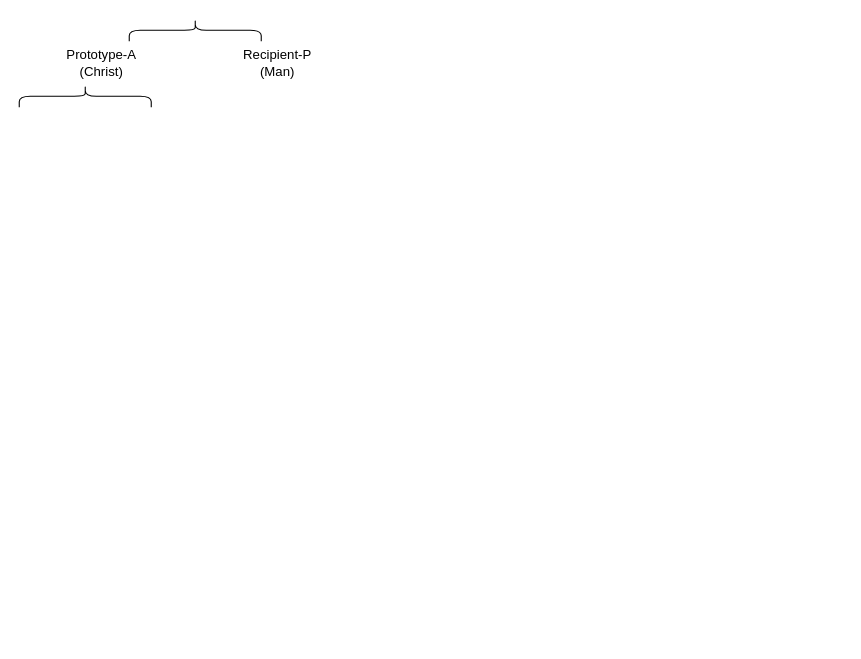
Before: relation_model.drawio in matthewsillence/art_agency, a draw.io diagram. Source tidied: cells renumbered, new cells numbered last; positions are measured from the earlier drawing's top-left corner, leaving out a move shared by most shapes. Both pictures are drawn from the tidied source at 110%, with x=0, y=0 at pixel (52, -36).
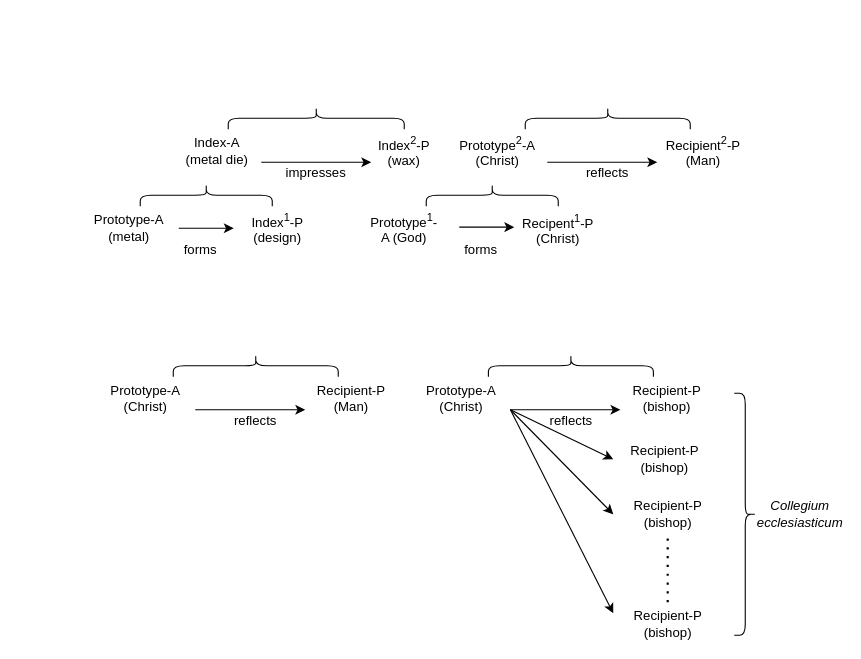
Above is the later version.

Diff of the diagram source:
```diff
@@
     <mxCell id="2" style="shape=curlyBracket;whiteSpace=wrap;html=1;rounded=1;rotation=90;" parent="1" vertex="1">
-      <mxGeometry x="120" width="20" height="120" as="geometry" />
+      <mxGeometry x="495" y="65" width="20" height="150" as="geometry" />
     </mxCell>
-    <mxCell id="3" value="Prototype-A (Christ)" style="text;html=1;strokeColor=none;fillColor=none;align=center;verticalAlign=middle;whiteSpace=wrap;rounded=0;" parent="1" vertex="1">
-      <mxGeometry y="80" width="90" height="20" as="geometry" />
+    <mxCell id="3" value="Prototype&lt;sup&gt;2&lt;/sup&gt;-A (Christ)" style="text;html=1;strokeColor=none;fillColor=none;align=center;verticalAlign=middle;whiteSpace=wrap;rounded=0;" parent="1" vertex="1">
+      <mxGeometry x="360" y="160" width="90" height="20" as="geometry" />
     </mxCell>
-    <mxCell id="4" value="Recipient-P (Man)" style="text;html=1;strokeColor=none;fillColor=none;align=center;verticalAlign=middle;whiteSpace=wrap;rounded=0;" parent="1" vertex="1">
-      <mxGeometry x="170" y="80" width="70" height="20" as="geometry" />
+    <mxCell id="4" value="Recipient&lt;sup&gt;2&lt;/sup&gt;-P (Man)" style="text;html=1;strokeColor=none;fillColor=none;align=center;verticalAlign=middle;whiteSpace=wrap;rounded=0;" parent="1" vertex="1">
+      <mxGeometry x="557" y="160" width="70" height="20" as="geometry" />
     </mxCell>
     <mxCell id="5" style="shape=curlyBracket;whiteSpace=wrap;html=1;rounded=1;rotation=90;" parent="1" vertex="1">
-      <mxGeometry x="20" y="60" width="20" height="120" as="geometry" />
+      <mxGeometry x="390" y="150" width="20" height="120" as="geometry" />
     </mxCell>
+    <mxCell id="6" value="Prototype&lt;sup&gt;1&lt;/sup&gt;-A (God)" style="text;html=1;strokeColor=none;fillColor=none;align=center;verticalAlign=middle;whiteSpace=wrap;rounded=0;" parent="1" vertex="1">
+      <mxGeometry x="285" y="230" width="70" height="20" as="geometry" />
+    </mxCell>
+    <mxCell id="7" value="Recipent&lt;sup&gt;1&lt;/sup&gt;-P (Christ)" style="text;html=1;strokeColor=none;fillColor=none;align=center;verticalAlign=middle;whiteSpace=wrap;rounded=0;" parent="1" vertex="1">
+      <mxGeometry x="425" y="240" width="70" as="geometry" />
+    </mxCell>
+    <mxCell id="8" style="shape=curlyBracket;whiteSpace=wrap;html=1;rounded=1;rotation=90;" parent="1" vertex="1">
+      <mxGeometry x="230" y="60" width="20" height="160" as="geometry" />
+    </mxCell>
+    <mxCell id="9" value="Index-A (metal die)" style="text;html=1;strokeColor=none;fillColor=none;align=center;verticalAlign=middle;whiteSpace=wrap;rounded=0;" parent="1" vertex="1">
+      <mxGeometry x="120" y="160" width="60" height="20" as="geometry" />
+    </mxCell>
+    <mxCell id="10" value="Index&lt;sup&gt;2&lt;/sup&gt;-P (wax)" style="text;html=1;strokeColor=none;fillColor=none;align=center;verticalAlign=middle;whiteSpace=wrap;rounded=0;" parent="1" vertex="1">
+      <mxGeometry x="290" y="160" width="60" height="20" as="geometry" />
+    </mxCell>
+    <mxCell id="11" style="shape=curlyBracket;whiteSpace=wrap;html=1;rounded=1;rotation=90;" parent="1" vertex="1">
+      <mxGeometry x="130" y="150" width="20" height="120" as="geometry" />
+    </mxCell>
+    <mxCell id="12" value="Prototype-A (metal)" style="text;html=1;strokeColor=none;fillColor=none;align=center;verticalAlign=middle;whiteSpace=wrap;rounded=0;" parent="1" vertex="1">
+      <mxGeometry x="30" y="230" width="80" height="20" as="geometry" />
+    </mxCell>
+    <mxCell id="13" value="Index&lt;sup&gt;1&lt;/sup&gt;-P (design)" style="text;html=1;strokeColor=none;fillColor=none;align=center;verticalAlign=middle;whiteSpace=wrap;rounded=0;" parent="1" vertex="1">
+      <mxGeometry x="170" y="230" width="70" height="20" as="geometry" />
+    </mxCell>
+    <mxCell id="14" style="endArrow=classic;html=1;entryX=0;entryY=1;entryDx=0;entryDy=0;" parent="1" edge="1" target="10">
+      <mxGeometry relative="1" as="geometry">
+        <mxPoint x="190" y="180" as="sourcePoint" />
+      </mxGeometry>
+    </mxCell>
+    <mxCell id="15" style="endArrow=classic;html=1;exitX=1;exitY=1;exitDx=0;exitDy=0;" parent="1" edge="1" source="3">
+      <mxGeometry relative="1" as="geometry">
+        <mxPoint x="550" y="180" as="targetPoint" />
+      </mxGeometry>
+    </mxCell>
+    <mxCell id="16" style="endArrow=classic;html=1;" parent="1" edge="1">
+      <mxGeometry relative="1" as="geometry">
+        <mxPoint x="370" y="239" as="sourcePoint" />
+        <mxPoint x="420" y="239" as="targetPoint" />
+      </mxGeometry>
+    </mxCell>
+    <mxCell id="17" style="endArrow=classic;html=1;" parent="1" edge="1">
+      <mxGeometry relative="1" as="geometry">
+        <mxPoint x="115" y="240" as="sourcePoint" />
+        <mxPoint x="165" y="240" as="targetPoint" />
+      </mxGeometry>
+    </mxCell>
+    <mxCell id="18" value="forms" style="text;html=1;strokeColor=none;fillColor=none;align=center;verticalAlign=middle;whiteSpace=wrap;rounded=0;" parent="1" vertex="1">
+      <mxGeometry x="110" y="250" width="50" height="20" as="geometry" />
+    </mxCell>
+    <mxCell id="19" value="forms" style="text;html=1;strokeColor=none;fillColor=none;align=center;verticalAlign=middle;whiteSpace=wrap;rounded=0;" parent="1" vertex="1">
+      <mxGeometry x="370" y="250" width="40" height="20" as="geometry" />
+    </mxCell>
+    <mxCell id="20" value="impresses" style="text;html=1;strokeColor=none;fillColor=none;align=center;verticalAlign=middle;whiteSpace=wrap;rounded=0;" parent="1" vertex="1">
+      <mxGeometry x="220" y="180" width="40" height="20" as="geometry" />
+    </mxCell>
+    <mxCell id="21" value="reflects" style="text;html=1;strokeColor=none;fillColor=none;align=center;verticalAlign=middle;whiteSpace=wrap;rounded=0;" parent="1" vertex="1">
+      <mxGeometry x="485" y="180" width="40" height="20" as="geometry" />
+    </mxCell>
+    <mxCell id="22" style="shape=curlyBracket;whiteSpace=wrap;html=1;rounded=1;rotation=90;" parent="1" vertex="1">
+      <mxGeometry x="175" y="290" width="20" height="150" as="geometry" />
+    </mxCell>
+    <mxCell id="23" value="Prototype-A (Christ)" style="text;html=1;strokeColor=none;fillColor=none;align=center;verticalAlign=middle;whiteSpace=wrap;rounded=0;" parent="1" vertex="1">
+      <mxGeometry x="40" y="385" width="90" height="20" as="geometry" />
+    </mxCell>
+    <mxCell id="24" value="Recipient-P (Man)" style="text;html=1;strokeColor=none;fillColor=none;align=center;verticalAlign=middle;whiteSpace=wrap;rounded=0;" parent="1" vertex="1">
+      <mxGeometry x="237" y="385" width="70" height="20" as="geometry" />
+    </mxCell>
+    <mxCell id="25" style="endArrow=classic;html=1;exitX=1;exitY=1;exitDx=0;exitDy=0;" parent="1" edge="1" source="23">
+      <mxGeometry relative="1" as="geometry">
+        <mxPoint x="230" y="405" as="targetPoint" />
+      </mxGeometry>
+    </mxCell>
+    <mxCell id="26" value="reflects" style="text;html=1;strokeColor=none;fillColor=none;align=center;verticalAlign=middle;whiteSpace=wrap;rounded=0;" parent="1" vertex="1">
+      <mxGeometry x="165" y="405" width="40" height="20" as="geometry" />
+    </mxCell>
+    <mxCell id="27" style="shape=curlyBracket;whiteSpace=wrap;html=1;rounded=1;rotation=90;" parent="1" vertex="1">
+      <mxGeometry x="461.5" y="290" width="20" height="150" as="geometry" />
+    </mxCell>
+    <mxCell id="28" value="Prototype-A (Christ)" style="text;html=1;strokeColor=none;fillColor=none;align=center;verticalAlign=middle;whiteSpace=wrap;rounded=0;" parent="1" vertex="1">
+      <mxGeometry x="326.5" y="385" width="90" height="20" as="geometry" />
+    </mxCell>
+    <mxCell id="29" value="Recipient-P (bishop)" style="text;html=1;strokeColor=none;fillColor=none;align=center;verticalAlign=middle;whiteSpace=wrap;rounded=0;" parent="1" vertex="1">
+      <mxGeometry x="523.5" y="385" width="70" height="20" as="geometry" />
+    </mxCell>
+    <mxCell id="30" style="endArrow=classic;html=1;exitX=1;exitY=1;exitDx=0;exitDy=0;" parent="1" edge="1" source="28">
+      <mxGeometry relative="1" as="geometry">
+        <mxPoint x="516.5" y="405" as="targetPoint" />
+      </mxGeometry>
+    </mxCell>
+    <mxCell id="31" value="reflects" style="text;html=1;strokeColor=none;fillColor=none;align=center;verticalAlign=middle;whiteSpace=wrap;rounded=0;" parent="1" vertex="1">
+      <mxGeometry x="451.5" y="405" width="40" height="20" as="geometry" />
+    </mxCell>
+    <mxCell id="32" value="Recipient-P (bishop)" style="text;html=1;strokeColor=none;fillColor=none;align=center;verticalAlign=middle;whiteSpace=wrap;rounded=0;" parent="1" vertex="1">
+      <mxGeometry x="522" y="440" width="70" height="20" as="geometry" />
+    </mxCell>
+    <mxCell id="33" value="Recipient-P (bishop)" style="text;html=1;strokeColor=none;fillColor=none;align=center;verticalAlign=middle;whiteSpace=wrap;rounded=0;" parent="1" vertex="1">
+      <mxGeometry x="525" y="490" width="70" height="20" as="geometry" />
+    </mxCell>
+    <mxCell id="34" value="Recipient-P (bishop)" style="text;html=1;strokeColor=none;fillColor=none;align=center;verticalAlign=middle;whiteSpace=wrap;rounded=0;" parent="1" vertex="1">
+      <mxGeometry x="525" y="590" width="70" height="20" as="geometry" />
+    </mxCell>
+    <mxCell id="35" style="endArrow=none;dashed=1;html=1;dashPattern=1 3;strokeWidth=2;" parent="1" edge="1">
+      <mxGeometry relative="1" as="geometry">
+        <mxPoint x="559.5" y="580" as="sourcePoint" />
+        <mxPoint x="559.5" y="520" as="targetPoint" />
+      </mxGeometry>
+    </mxCell>
+    <mxCell id="36" style="endArrow=classic;html=1;" parent="1" edge="1">
+      <mxGeometry relative="1" as="geometry">
+        <mxPoint x="416.5" y="405" as="sourcePoint" />
+        <mxPoint x="510" y="450" as="targetPoint" />
+      </mxGeometry>
+    </mxCell>
+    <mxCell id="37" style="endArrow=classic;html=1;" parent="1" edge="1">
+      <mxGeometry relative="1" as="geometry">
+        <mxPoint x="416.5" y="405" as="sourcePoint" />
+        <mxPoint x="510" y="500" as="targetPoint" />
+      </mxGeometry>
+    </mxCell>
+    <mxCell id="38" style="endArrow=classic;html=1;" parent="1" edge="1">
+      <mxGeometry relative="1" as="geometry">
+        <mxPoint x="416.5" y="405" as="sourcePoint" />
+        <mxPoint x="510" y="590" as="targetPoint" />
+      </mxGeometry>
+    </mxCell>
+    <mxCell id="39" style="shape=curlyBracket;whiteSpace=wrap;html=1;rounded=1;rotation=-180;" parent="1" vertex="1">
+      <mxGeometry x="620" y="390" width="20" height="220" as="geometry" />
+    </mxCell>
+    <mxCell id="40" value="Collegium ecclesiasticum" style="text;html=1;strokeColor=none;fillColor=none;align=center;verticalAlign=middle;whiteSpace=wrap;rounded=0;fontStyle=2;" parent="1" vertex="1">
+      <mxGeometry x="660" y="490" width="40" height="20" as="geometry" />
+    </mxCell>
```
